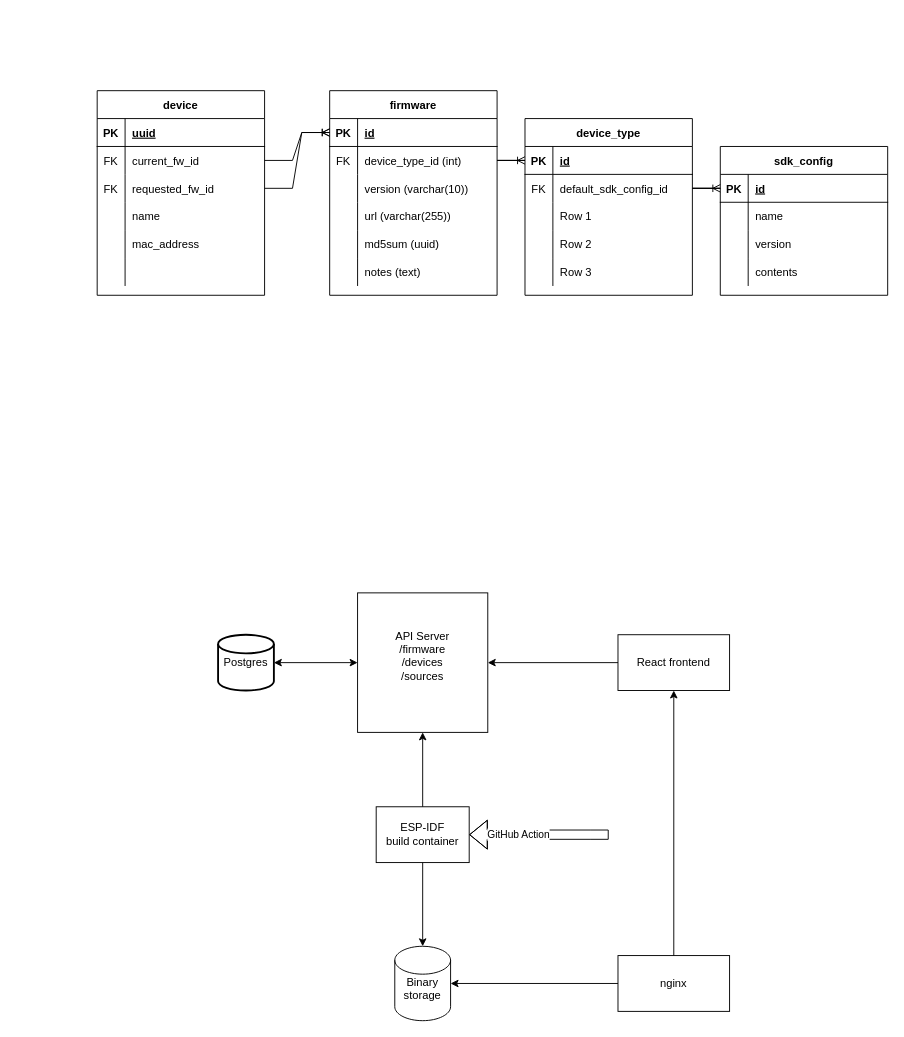
Above: design/esp-ota-manager.drawio in nated0g/esp-ota-manager (draw.io), before the change. Source tidied: cells renumbered, new cells numbered last; positions are measured from the earlier drawing's top-left corner, leaving out a move shared by most shapes. Both pictures are drawn from the tidied source at 93%, with x=0, y=0 at pixel (97, 90).
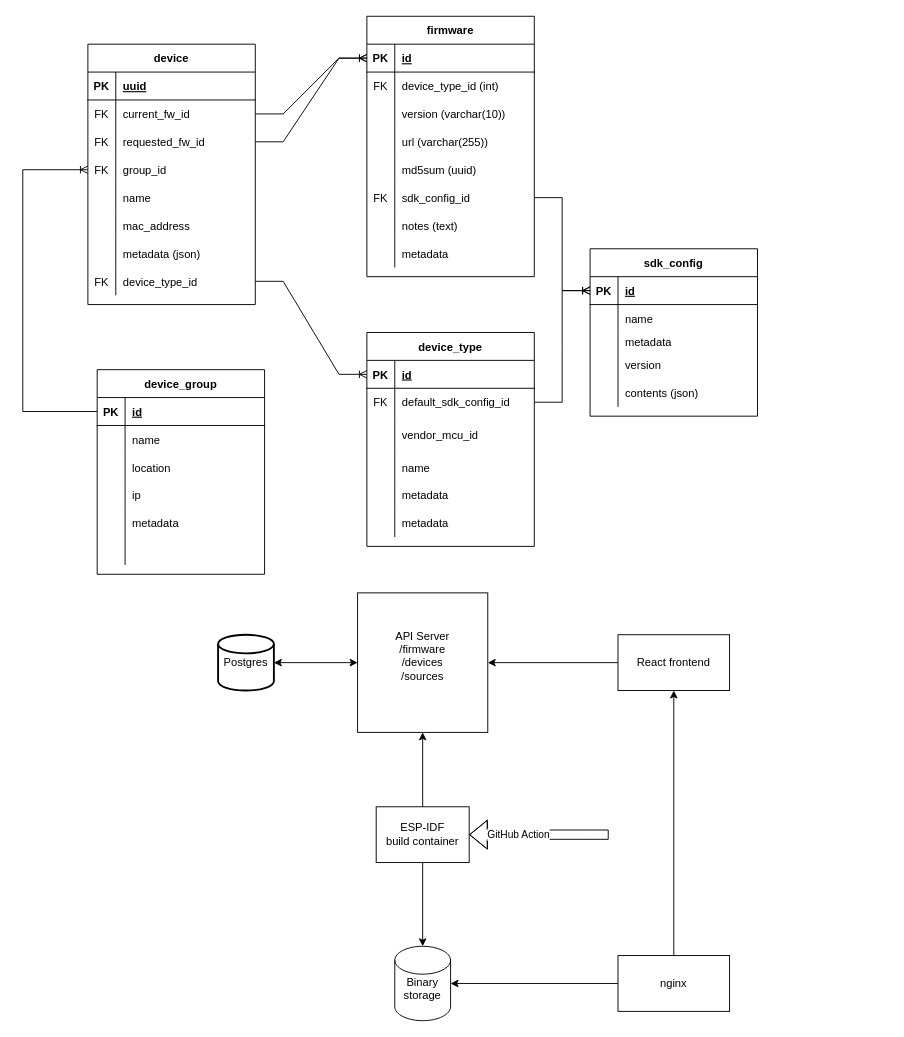
The same page after the edit.

Commit message:
first draft of database model

Unchanged cells that the change refers to:
```xml
<mxCell id="20" style="shape=tableRow;horizontal=0;startSize=0;swimlaneHead=0;swimlaneBody=0;fillColor=none;points=[[0,0.5],[1,0.5]];portConstraint=eastwest;top=0;left=0;right=0;bottom=0;" parent="16" vertex="1">
  <mxGeometry y="60" width="180" height="30" as="geometry" />
</mxCell>
<mxCell id="36" style="shape=tableRow;horizontal=0;startSize=0;swimlaneHead=0;swimlaneBody=0;fillColor=none;points=[[0,0.5],[1,0.5]];portConstraint=eastwest;top=0;left=0;right=0;bottom=1;" parent="35" vertex="1">
  <mxGeometry y="30" width="180" height="30" as="geometry" />
</mxCell>
<mxCell id="52" style="shape=tableRow;horizontal=0;startSize=0;swimlaneHead=0;swimlaneBody=0;fillColor=none;points=[[0,0.5],[1,0.5]];portConstraint=eastwest;top=0;left=0;right=0;bottom=1;" parent="51" vertex="1">
  <mxGeometry y="30" width="180" height="30" as="geometry" />
</mxCell>
```

What changed in the source:
```diff
@@
     <mxCell id="16" value="firmware" style="shape=table;startSize=30;childLayout=tableLayout;rowLines=0;fontStyle=1;align=center;" parent="1" vertex="1">
-      <mxGeometry x="250" width="180" height="220" as="geometry" />
+      <mxGeometry x="290" y="-80" width="180" height="280" as="geometry" />
     </mxCell>
@@
+    <mxCell id="87" style="shape=tableRow;horizontal=0;startSize=0;swimlaneHead=0;swimlaneBody=0;fillColor=none;points=[[0,0.5],[1,0.5]];portConstraint=eastwest;top=0;left=0;right=0;bottom=0;" parent="16" vertex="1">
+      <mxGeometry y="180" width="180" height="30" as="geometry" />
+    </mxCell>
+    <mxCell id="88" value="FK" style="shape=partialRectangle;fillColor=none;top=0;left=0;bottom=0;right=0;fontStyle=0;overflow=hidden;" parent="87" vertex="1">
+      <mxGeometry width="30" height="30" as="geometry" />
+    </mxCell>
+    <mxCell id="89" value="sdk_config_id" style="shape=partialRectangle;fillColor=none;top=0;left=0;bottom=0;right=0;align=left;spacingLeft=6;fontStyle=0;overflow=hidden;" parent="87" vertex="1">
+      <mxGeometry x="30" width="150" height="30" as="geometry" />
+    </mxCell>
     <mxCell id="32" style="shape=tableRow;horizontal=0;startSize=0;swimlaneHead=0;swimlaneBody=0;fillColor=none;top=0;left=0;right=0;bottom=0;" parent="16" vertex="1">
-      <mxGeometry y="180" width="180" height="30" as="geometry" />
+      <mxGeometry y="210" width="180" height="30" as="geometry" />
     </mxCell>
@@
+    <mxCell id="90" style="shape=tableRow;horizontal=0;startSize=0;swimlaneHead=0;swimlaneBody=0;fillColor=none;top=0;left=0;right=0;bottom=0;" parent="16" vertex="1">
+      <mxGeometry y="240" width="180" height="30" as="geometry" />
+    </mxCell>
+    <mxCell id="91" style="shape=partialRectangle;fillColor=none;top=0;left=0;bottom=0;right=0;overflow=hidden;" parent="90" vertex="1">
+      <mxGeometry width="30" height="30" as="geometry" />
+    </mxCell>
+    <mxCell id="92" value="metadata" style="shape=partialRectangle;fillColor=none;top=0;left=0;bottom=0;right=0;align=left;spacingLeft=6;overflow=hidden;" parent="90" vertex="1">
+      <mxGeometry x="30" width="150" height="30" as="geometry" />
+    </mxCell>
     <mxCell id="35" value="device_type" style="shape=table;startSize=30;childLayout=tableLayout;rowLines=0;fontStyle=1;align=center;" parent="1" vertex="1">
-      <mxGeometry x="460" y="30" width="180" height="190" as="geometry" />
+      <mxGeometry x="290" y="260" width="180" height="230" as="geometry" />
     </mxCell>
@@
     <mxCell id="42" style="shape=tableRow;horizontal=0;startSize=0;swimlaneHead=0;swimlaneBody=0;fillColor=none;top=0;left=0;right=0;bottom=0;" parent="35" vertex="1">
-      <mxGeometry y="90" width="180" height="30" as="geometry" />
+      <mxGeometry y="90" width="180" height="40" as="geometry" />
     </mxCell>
     <mxCell id="43" style="shape=partialRectangle;fillColor=none;top=0;left=0;bottom=0;right=0;overflow=hidden;" parent="42" vertex="1">
-      <mxGeometry width="30" height="30" as="geometry" />
+      <mxGeometry width="30" height="40" as="geometry" />
     </mxCell>
-    <mxCell id="44" value="Row 1" style="shape=partialRectangle;fillColor=none;top=0;left=0;bottom=0;right=0;align=left;spacingLeft=6;overflow=hidden;" parent="42" vertex="1">
-      <mxGeometry x="30" width="150" height="30" as="geometry" />
+    <mxCell id="44" value="vendor_mcu_id" style="shape=partialRectangle;fillColor=none;top=0;left=0;bottom=0;right=0;align=left;spacingLeft=6;overflow=hidden;" parent="42" vertex="1">
+      <mxGeometry x="30" width="150" height="40" as="geometry" />
     </mxCell>
     <mxCell id="45" style="shape=tableRow;horizontal=0;startSize=0;swimlaneHead=0;swimlaneBody=0;fillColor=none;top=0;left=0;right=0;bottom=0;" parent="35" vertex="1">
-      <mxGeometry y="120" width="180" height="30" as="geometry" />
+      <mxGeometry y="130" width="180" height="30" as="geometry" />
     </mxCell>
@@
-    <mxCell id="47" value="Row 2" style="shape=partialRectangle;fillColor=none;top=0;left=0;bottom=0;right=0;align=left;spacingLeft=6;overflow=hidden;" parent="45" vertex="1">
+    <mxCell id="47" value="name" style="shape=partialRectangle;fillColor=none;top=0;left=0;bottom=0;right=0;align=left;spacingLeft=6;overflow=hidden;" parent="45" vertex="1">
       <mxGeometry x="30" width="150" height="30" as="geometry" />
     </mxCell>
+    <mxCell id="93" style="shape=tableRow;horizontal=0;startSize=0;swimlaneHead=0;swimlaneBody=0;fillColor=none;top=0;left=0;right=0;bottom=0;" parent="35" vertex="1">
+      <mxGeometry y="160" width="180" height="30" as="geometry" />
+    </mxCell>
+    <mxCell id="94" style="shape=partialRectangle;fillColor=none;top=0;left=0;bottom=0;right=0;overflow=hidden;" parent="93" vertex="1">
+      <mxGeometry width="30" height="30" as="geometry" />
+    </mxCell>
+    <mxCell id="95" value="metadata" style="shape=partialRectangle;fillColor=none;top=0;left=0;bottom=0;right=0;align=left;spacingLeft=6;overflow=hidden;" parent="93" vertex="1">
+      <mxGeometry x="30" width="150" height="30" as="geometry" />
+    </mxCell>
     <mxCell id="48" style="shape=tableRow;horizontal=0;startSize=0;swimlaneHead=0;swimlaneBody=0;fillColor=none;top=0;left=0;right=0;bottom=0;" parent="35" vertex="1">
-      <mxGeometry y="150" width="180" height="30" as="geometry" />
+      <mxGeometry y="190" width="180" height="30" as="geometry" />
     </mxCell>
@@
-    <mxCell id="50" value="Row 3" style="shape=partialRectangle;fillColor=none;top=0;left=0;bottom=0;right=0;align=left;spacingLeft=6;overflow=hidden;" parent="48" vertex="1">
+    <mxCell id="50" value="metadata" style="shape=partialRectangle;fillColor=none;top=0;left=0;bottom=0;right=0;align=left;spacingLeft=6;overflow=hidden;" parent="48" vertex="1">
       <mxGeometry x="30" width="150" height="30" as="geometry" />
     </mxCell>
     <mxCell id="51" value="sdk_config" style="shape=table;startSize=30;childLayout=tableLayout;rowLines=0;fontStyle=1;align=center;" parent="1" vertex="1">
-      <mxGeometry x="670" y="60" width="180" height="160" as="geometry" />
+      <mxGeometry x="530" y="170" width="180" height="180" as="geometry" />
     </mxCell>
@@
+    <mxCell id="96" style="shape=tableRow;horizontal=0;startSize=0;swimlaneHead=0;swimlaneBody=0;fillColor=none;top=0;left=0;right=0;bottom=0;" parent="51" vertex="1">
+      <mxGeometry y="90" width="180" height="20" as="geometry" />
+    </mxCell>
+    <mxCell id="97" style="shape=partialRectangle;fillColor=none;top=0;left=0;bottom=0;right=0;overflow=hidden;" parent="96" vertex="1">
+      <mxGeometry width="30" height="20" as="geometry" />
+    </mxCell>
+    <mxCell id="98" value="metadata" style="shape=partialRectangle;fillColor=none;top=0;left=0;bottom=0;right=0;align=left;spacingLeft=6;overflow=hidden;" parent="96" vertex="1">
+      <mxGeometry x="30" width="150" height="20" as="geometry" />
+    </mxCell>
     <mxCell id="58" style="shape=tableRow;horizontal=0;startSize=0;swimlaneHead=0;swimlaneBody=0;fillColor=none;top=0;left=0;right=0;bottom=0;" parent="51" vertex="1">
-      <mxGeometry y="90" width="180" height="30" as="geometry" />
+      <mxGeometry y="110" width="180" height="30" as="geometry" />
     </mxCell>
@@
     <mxCell id="61" style="shape=tableRow;horizontal=0;startSize=0;swimlaneHead=0;swimlaneBody=0;fillColor=none;top=0;left=0;right=0;bottom=0;" parent="51" vertex="1">
-      <mxGeometry y="120" width="180" height="30" as="geometry" />
+      <mxGeometry y="140" width="180" height="30" as="geometry" />
     </mxCell>
@@
-    <mxCell id="63" value="contents" style="shape=partialRectangle;fillColor=none;top=0;left=0;bottom=0;right=0;align=left;spacingLeft=6;overflow=hidden;" parent="61" vertex="1">
+    <mxCell id="63" value="contents (json)" style="shape=partialRectangle;fillColor=none;top=0;left=0;bottom=0;right=0;align=left;spacingLeft=6;overflow=hidden;" parent="61" vertex="1">
       <mxGeometry x="30" width="150" height="30" as="geometry" />
     </mxCell>
@@
-    <mxCell id="65" style="edgeStyle=entityRelationEdgeStyle;fontSize=12;html=1;endArrow=ERoneToMany;rounded=0;exitX=1;exitY=0.5;exitDx=0;exitDy=0;entryX=0;entryY=0.5;entryDx=0;entryDy=0;" parent="1" edge="1" source="20" target="36">
-      <mxGeometry relative="1" as="geometry" />
-    </mxCell>
     <mxCell id="66" value="device" style="shape=table;startSize=30;childLayout=tableLayout;rowLines=0;fontStyle=1;align=center;" parent="1" vertex="1">
-      <mxGeometry width="180" height="220" as="geometry" />
+      <mxGeometry x="-10" y="-50" width="180" height="280" as="geometry" />
     </mxCell>
@@
+    <mxCell id="99" style="shape=tableRow;horizontal=0;startSize=0;swimlaneHead=0;swimlaneBody=0;fillColor=none;points=[[0,0.5],[1,0.5]];portConstraint=eastwest;top=0;left=0;right=0;bottom=0;" parent="66" vertex="1">
+      <mxGeometry y="120" width="180" height="30" as="geometry" />
+    </mxCell>
+    <mxCell id="100" value="FK" style="shape=partialRectangle;fillColor=none;top=0;left=0;bottom=0;right=0;fontStyle=0;overflow=hidden;" parent="99" vertex="1">
+      <mxGeometry width="30" height="30" as="geometry" />
+    </mxCell>
+    <mxCell id="101" value="group_id" style="shape=partialRectangle;fillColor=none;top=0;left=0;bottom=0;right=0;align=left;spacingLeft=6;fontStyle=0;overflow=hidden;" parent="99" vertex="1">
+      <mxGeometry x="30" width="150" height="30" as="geometry" />
+    </mxCell>
     <mxCell id="76" style="shape=tableRow;horizontal=0;startSize=0;swimlaneHead=0;swimlaneBody=0;fillColor=none;top=0;left=0;right=0;bottom=0;" parent="66" vertex="1">
-      <mxGeometry y="120" width="180" height="30" as="geometry" />
+      <mxGeometry y="150" width="180" height="30" as="geometry" />
     </mxCell>
@@
     <mxCell id="79" style="shape=tableRow;horizontal=0;startSize=0;swimlaneHead=0;swimlaneBody=0;fillColor=none;top=0;left=0;right=0;bottom=0;" parent="66" vertex="1">
-      <mxGeometry y="150" width="180" height="30" as="geometry" />
+      <mxGeometry y="180" width="180" height="30" as="geometry" />
     </mxCell>
@@
     <mxCell id="82" style="shape=tableRow;horizontal=0;startSize=0;swimlaneHead=0;swimlaneBody=0;fillColor=none;top=0;left=0;right=0;bottom=0;" parent="66" vertex="1">
-      <mxGeometry y="180" width="180" height="30" as="geometry" />
+      <mxGeometry y="210" width="180" height="30" as="geometry" />
     </mxCell>
@@
-    <mxCell id="84" style="shape=partialRectangle;fillColor=none;top=0;left=0;bottom=0;right=0;align=left;spacingLeft=6;overflow=hidden;" parent="82" vertex="1">
+    <mxCell id="84" value="metadata (json)" style="shape=partialRectangle;fillColor=none;top=0;left=0;bottom=0;right=0;align=left;spacingLeft=6;overflow=hidden;" parent="82" vertex="1">
       <mxGeometry x="30" width="150" height="30" as="geometry" />
     </mxCell>
+    <mxCell id="102" style="shape=tableRow;horizontal=0;startSize=0;swimlaneHead=0;swimlaneBody=0;fillColor=none;points=[[0,0.5],[1,0.5]];portConstraint=eastwest;top=0;left=0;right=0;bottom=0;" parent="66" vertex="1">
+      <mxGeometry y="240" width="180" height="30" as="geometry" />
+    </mxCell>
+    <mxCell id="103" value="FK" style="shape=partialRectangle;fillColor=none;top=0;left=0;bottom=0;right=0;fontStyle=0;overflow=hidden;" parent="102" vertex="1">
+      <mxGeometry width="30" height="30" as="geometry" />
+    </mxCell>
+    <mxCell id="104" value="device_type_id" style="shape=partialRectangle;fillColor=none;top=0;left=0;bottom=0;right=0;align=left;spacingLeft=6;fontStyle=0;overflow=hidden;" parent="102" vertex="1">
+      <mxGeometry x="30" width="150" height="30" as="geometry" />
+    </mxCell>
@@
+    <mxCell id="105" style="edgeStyle=entityRelationEdgeStyle;fontSize=12;html=1;endArrow=ERoneToMany;rounded=0;exitX=1;exitY=0.5;exitDx=0;exitDy=0;entryX=0;entryY=0.5;entryDx=0;entryDy=0;" parent="1" edge="1" source="87" target="52">
+      <mxGeometry relative="1" as="geometry" />
+    </mxCell>
+    <mxCell id="106" value="device_group" style="shape=table;startSize=30;childLayout=tableLayout;rowLines=0;fontStyle=1;align=center;" parent="1" vertex="1">
+      <mxGeometry y="300" width="180" height="220" as="geometry" />
+    </mxCell>
+    <mxCell id="107" style="shape=tableRow;horizontal=0;startSize=0;swimlaneHead=0;swimlaneBody=0;fillColor=none;points=[[0,0.5],[1,0.5]];portConstraint=eastwest;top=0;left=0;right=0;bottom=1;" parent="106" vertex="1">
+      <mxGeometry y="30" width="180" height="30" as="geometry" />
+    </mxCell>
+    <mxCell id="108" value="PK" style="shape=partialRectangle;fillColor=none;top=0;left=0;bottom=0;right=0;fontStyle=1;overflow=hidden;" parent="107" vertex="1">
+      <mxGeometry width="30" height="30" as="geometry" />
+    </mxCell>
+    <mxCell id="109" value="id" style="shape=partialRectangle;fillColor=none;top=0;left=0;bottom=0;right=0;align=left;spacingLeft=6;fontStyle=5;overflow=hidden;" parent="107" vertex="1">
+      <mxGeometry x="30" width="150" height="30" as="geometry" />
+    </mxCell>
+    <mxCell id="110" style="shape=tableRow;horizontal=0;startSize=0;swimlaneHead=0;swimlaneBody=0;fillColor=none;top=0;left=0;right=0;bottom=0;" parent="106" vertex="1">
+      <mxGeometry y="60" width="180" height="30" as="geometry" />
+    </mxCell>
+    <mxCell id="111" style="shape=partialRectangle;fillColor=none;top=0;left=0;bottom=0;right=0;overflow=hidden;" parent="110" vertex="1">
+      <mxGeometry width="30" height="30" as="geometry" />
+    </mxCell>
+    <mxCell id="112" value="name" style="shape=partialRectangle;fillColor=none;top=0;left=0;bottom=0;right=0;align=left;spacingLeft=6;overflow=hidden;" parent="110" vertex="1">
+      <mxGeometry x="30" width="150" height="30" as="geometry" />
+    </mxCell>
+    <mxCell id="113" style="shape=tableRow;horizontal=0;startSize=0;swimlaneHead=0;swimlaneBody=0;fillColor=none;top=0;left=0;right=0;bottom=0;" parent="106" vertex="1">
+      <mxGeometry y="90" width="180" height="30" as="geometry" />
+    </mxCell>
+    <mxCell id="114" style="shape=partialRectangle;fillColor=none;top=0;left=0;bottom=0;right=0;overflow=hidden;" parent="113" vertex="1">
+      <mxGeometry width="30" height="30" as="geometry" />
+    </mxCell>
+    <mxCell id="115" value="location" style="shape=partialRectangle;fillColor=none;top=0;left=0;bottom=0;right=0;align=left;spacingLeft=6;overflow=hidden;" parent="113" vertex="1">
+      <mxGeometry x="30" width="150" height="30" as="geometry" />
+    </mxCell>
+    <mxCell id="116" style="shape=tableRow;horizontal=0;startSize=0;swimlaneHead=0;swimlaneBody=0;fillColor=none;top=0;left=0;right=0;bottom=0;" parent="106" vertex="1">
+      <mxGeometry y="120" width="180" height="30" as="geometry" />
+    </mxCell>
+    <mxCell id="117" style="shape=partialRectangle;fillColor=none;top=0;left=0;bottom=0;right=0;overflow=hidden;" parent="116" vertex="1">
+      <mxGeometry width="30" height="30" as="geometry" />
+    </mxCell>
+    <mxCell id="118" value="ip" style="shape=partialRectangle;fillColor=none;top=0;left=0;bottom=0;right=0;align=left;spacingLeft=6;overflow=hidden;" parent="116" vertex="1">
+      <mxGeometry x="30" width="150" height="30" as="geometry" />
+    </mxCell>
+    <mxCell id="119" style="shape=tableRow;horizontal=0;startSize=0;swimlaneHead=0;swimlaneBody=0;fillColor=none;top=0;left=0;right=0;bottom=0;" parent="106" vertex="1">
+      <mxGeometry y="150" width="180" height="30" as="geometry" />
+    </mxCell>
+    <mxCell id="120" style="shape=partialRectangle;fillColor=none;top=0;left=0;bottom=0;right=0;overflow=hidden;" parent="119" vertex="1">
+      <mxGeometry width="30" height="30" as="geometry" />
+    </mxCell>
+    <mxCell id="121" value="metadata" style="shape=partialRectangle;fillColor=none;top=0;left=0;bottom=0;right=0;align=left;spacingLeft=6;overflow=hidden;" parent="119" vertex="1">
+      <mxGeometry x="30" width="150" height="30" as="geometry" />
+    </mxCell>
+    <mxCell id="122" style="shape=tableRow;horizontal=0;startSize=0;swimlaneHead=0;swimlaneBody=0;fillColor=none;top=0;left=0;right=0;bottom=0;" parent="106" vertex="1">
+      <mxGeometry y="180" width="180" height="30" as="geometry" />
+    </mxCell>
+    <mxCell id="123" style="shape=partialRectangle;fillColor=none;top=0;left=0;bottom=0;right=0;overflow=hidden;" parent="122" vertex="1">
+      <mxGeometry width="30" height="30" as="geometry" />
+    </mxCell>
+    <mxCell id="124" style="shape=partialRectangle;fillColor=none;top=0;left=0;bottom=0;right=0;align=left;spacingLeft=6;overflow=hidden;" parent="122" vertex="1">
+      <mxGeometry x="30" width="150" height="30" as="geometry" />
+    </mxCell>
+    <mxCell id="125" style="edgeStyle=entityRelationEdgeStyle;fontSize=12;html=1;endArrow=ERoneToMany;rounded=0;entryX=0;entryY=0.5;entryDx=0;entryDy=0;exitX=1;exitY=0.5;exitDx=0;exitDy=0;" parent="1" edge="1" source="102" target="36">
+      <mxGeometry relative="1" as="geometry" />
+    </mxCell>
+    <mxCell id="126" style="edgeStyle=orthogonalEdgeStyle;fontSize=12;html=1;endArrow=ERoneToMany;rounded=0;exitX=0;exitY=0.5;exitDx=0;exitDy=0;entryX=0;entryY=0.5;entryDx=0;entryDy=0;" parent="1" edge="1" source="107" target="99">
+      <mxGeometry relative="1" as="geometry">
+        <Array as="points">
+          <mxPoint x="-80" y="345" />
+          <mxPoint x="-80" y="85" />
+        </Array>
+      </mxGeometry>
+    </mxCell>
```
